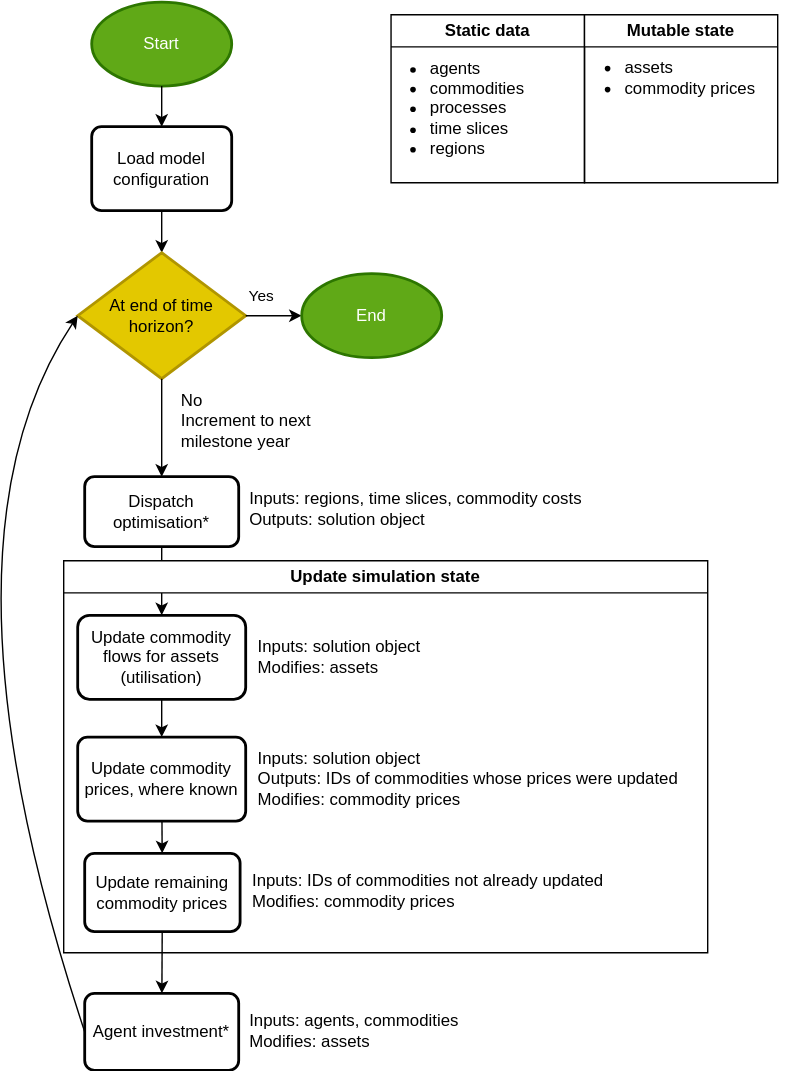
Before: docs/images/model_overview.drawio.svg, a diagram exported from draw.io (EnergySystemsModellingLab/MUSE_2.0). Source tidied: cells renumbered, new cells last; positions are measured from the earlier drawing's top-left corner, leaving out a move shared by most shapes.
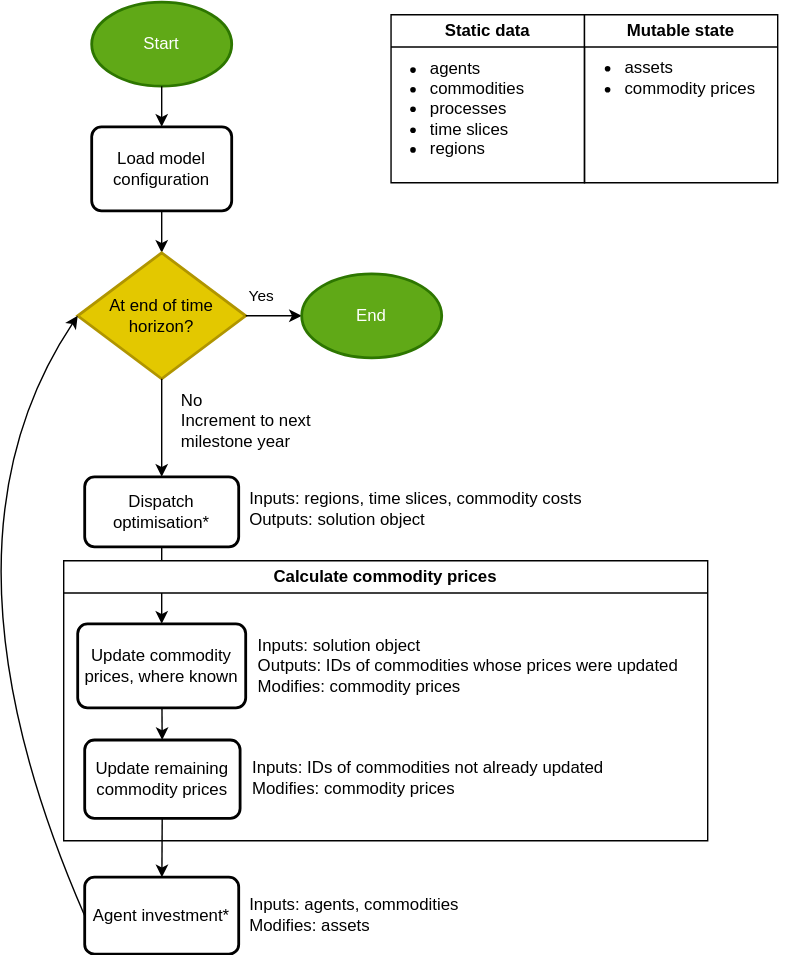
Later version of the same file.

Commit message:
Update model overview diagram

We no longer store the flows anywhere.

Change to the diagram source:
```diff
@@ -41,7 +41,7 @@
     <mxCell id="12" value="&lt;div style=&quot;text-align: left;&quot;&gt;&lt;span style=&quot;background-color: initial;&quot;&gt;No&lt;/span&gt;&lt;/div&gt;&lt;div style=&quot;text-align: left;&quot;&gt;&lt;span style=&quot;background-color: initial;&quot;&gt;Increment to next&lt;/span&gt;&lt;/div&gt;&lt;div style=&quot;text-align: left;&quot;&gt;&lt;span style=&quot;background-color: initial;&quot;&gt;milestone year&lt;/span&gt;&lt;/div&gt;" style="text;html=1;align=center;verticalAlign=middle;points=[];strokeColor=none;fillColor=none;" parent="1" vertex="1">
       <mxGeometry x="170" y="269" width="120" height="60" as="geometry" />
     </mxCell>
-    <mxCell id="13" style="edgeStyle=none;html=1;" parent="1" edge="1" source="14" target="28">
+    <mxCell id="13" style="edgeStyle=none;html=1;" parent="1" edge="1" source="14" target="30">
       <mxGeometry relative="1" as="geometry" />
     </mxCell>
     <mxCell id="14" value="Dispatch optimisation*" style="rounded=1;whiteSpace=wrap;html=1;absoluteArcSize=1;arcSize=14;strokeWidth=2;" parent="1" vertex="1">
@@ -54,16 +54,16 @@
       <mxGeometry relative="1" as="geometry" />
     </mxCell>
     <mxCell id="17" value="Update remaining commodity prices" style="rounded=1;whiteSpace=wrap;html=1;absoluteArcSize=1;arcSize=14;strokeWidth=2;" parent="1" vertex="1">
-      <mxGeometry x="115" y="608" width="111" height="56" as="geometry" />
+      <mxGeometry x="115" y="527" width="111" height="56" as="geometry" />
     </mxCell>
     <mxCell id="18" value="Inputs: IDs of commodities not already updated&lt;br&gt;Modifies: commodity prices" style="text;html=1;align=left;verticalAlign=middle;strokeColor=none;fillColor=none;" parent="1" vertex="1">
-      <mxGeometry x="233" y="615" width="270" height="40" as="geometry" />
+      <mxGeometry x="233" y="534" width="270" height="40" as="geometry" />
     </mxCell>
     <mxCell id="19" value="Agent investment*" style="rounded=1;whiteSpace=wrap;html=1;absoluteArcSize=1;arcSize=14;strokeWidth=2;" parent="1" vertex="1">
-      <mxGeometry x="115" y="708" width="110" height="55" as="geometry" />
+      <mxGeometry x="115" y="625" width="110" height="55" as="geometry" />
     </mxCell>
     <mxCell id="20" value="Inputs: agents, commodities&lt;br&gt;Modifies: assets" style="text;html=1;align=left;verticalAlign=middle;strokeColor=none;fillColor=none;" parent="1" vertex="1">
-      <mxGeometry x="231" y="715" width="170" height="40" as="geometry" />
+      <mxGeometry x="231" y="632" width="170" height="40" as="geometry" />
     </mxCell>
     <mxCell id="21" style="curved=1;endArrow=classic;html=1;entryX=0;entryY=0.5;entryDx=0;entryDy=0;entryPerimeter=0;exitX=0;exitY=0.5;exitDx=0;exitDy=0;" parent="1" edge="1" source="19" target="6">
       <mxGeometry relative="1" as="geometry">
@@ -87,26 +87,17 @@
     <mxCell id="26" value="&lt;ul&gt;&lt;li&gt;assets&lt;/li&gt;&lt;li&gt;commodity prices&lt;/li&gt;&lt;/ul&gt;" style="text;html=1;align=left;verticalAlign=middle;strokeColor=none;fillColor=none;" parent="1" vertex="1">
       <mxGeometry x="459" y="19" width="160" height="70" as="geometry" />
     </mxCell>
-    <mxCell id="27" style="edgeStyle=none;html=1;" parent="1" edge="1" source="28" target="30">
-      <mxGeometry relative="1" as="geometry" />
-    </mxCell>
-    <mxCell id="28" value="Update commodity flows for assets (utilisation)" style="whiteSpace=wrap;html=1;rounded=1;arcSize=14;strokeWidth=2;" parent="1" vertex="1">
-      <mxGeometry x="110" y="438" width="120" height="60" as="geometry" />
-    </mxCell>
     <mxCell id="29" style="edgeStyle=none;html=1;" parent="1" edge="1" source="30" target="17">
       <mxGeometry relative="1" as="geometry" />
     </mxCell>
     <mxCell id="30" value="Update commodity prices, where known" style="rounded=1;whiteSpace=wrap;html=1;absoluteArcSize=1;arcSize=14;strokeWidth=2;" parent="1" vertex="1">
-      <mxGeometry x="110" y="525" width="120" height="60" as="geometry" />
+      <mxGeometry x="110" y="444" width="120" height="60" as="geometry" />
     </mxCell>
-    <mxCell id="31" value="Inputs: solution object&lt;br&gt;Modifies: assets" style="text;html=1;align=left;verticalAlign=middle;strokeColor=none;fillColor=none;" parent="1" vertex="1">
-      <mxGeometry x="237" y="448" width="140" height="40" as="geometry" />
-    </mxCell>
     <mxCell id="32" value="Inputs: solution object&lt;br&gt;Outputs: IDs of commodities whose prices were updated&lt;br&gt;Modifies: commodity prices" style="text;html=1;align=left;verticalAlign=middle;strokeColor=none;fillColor=none;" parent="1" vertex="1">
-      <mxGeometry x="237" y="525" width="320" height="60" as="geometry" />
+      <mxGeometry x="237" y="444" width="320" height="60" as="geometry" />
     </mxCell>
-    <mxCell id="33" value="Update simulation state" style="swimlane;whiteSpace=wrap;html=1;" parent="1" vertex="1">
-      <mxGeometry x="100" y="399" width="460" height="280" as="geometry" />
+    <mxCell id="33" value="Calculate commodity prices" style="swimlane;whiteSpace=wrap;html=1;" parent="1" vertex="1">
+      <mxGeometry x="100" y="399" width="460" height="200" as="geometry" />
     </mxCell>
   </root>
 </mxGraphModel>
```
